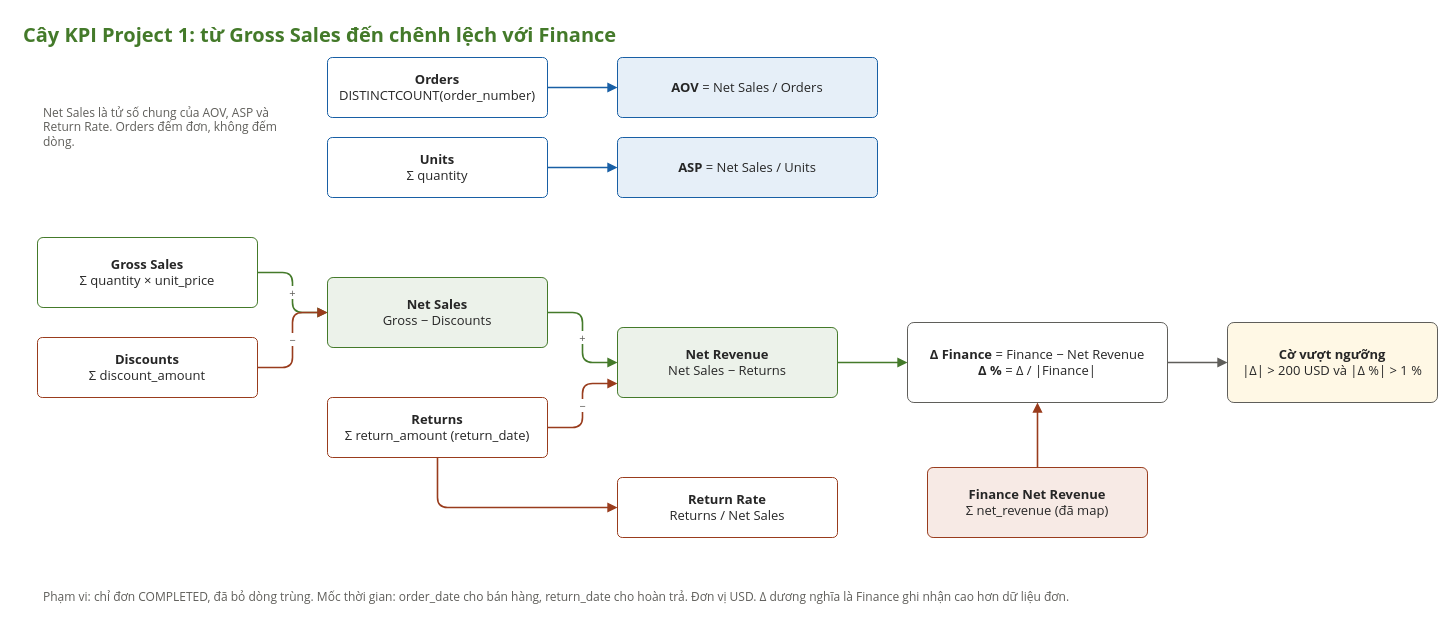
Before: Sales/Sales Data/Project 1/diagrams/04_cay_kpi.drawio in nguyennguyenphuc/eDA-Mentor, a draw.io diagram. Source tidied: cells renumbered, new cells numbered last; positions are measured from the earlier drawing's top-left corner, leaving out a move shared by most shapes. Both pictures are drawn from the tidied source at 100%, with x=0, y=0 at pixel (17, 17).
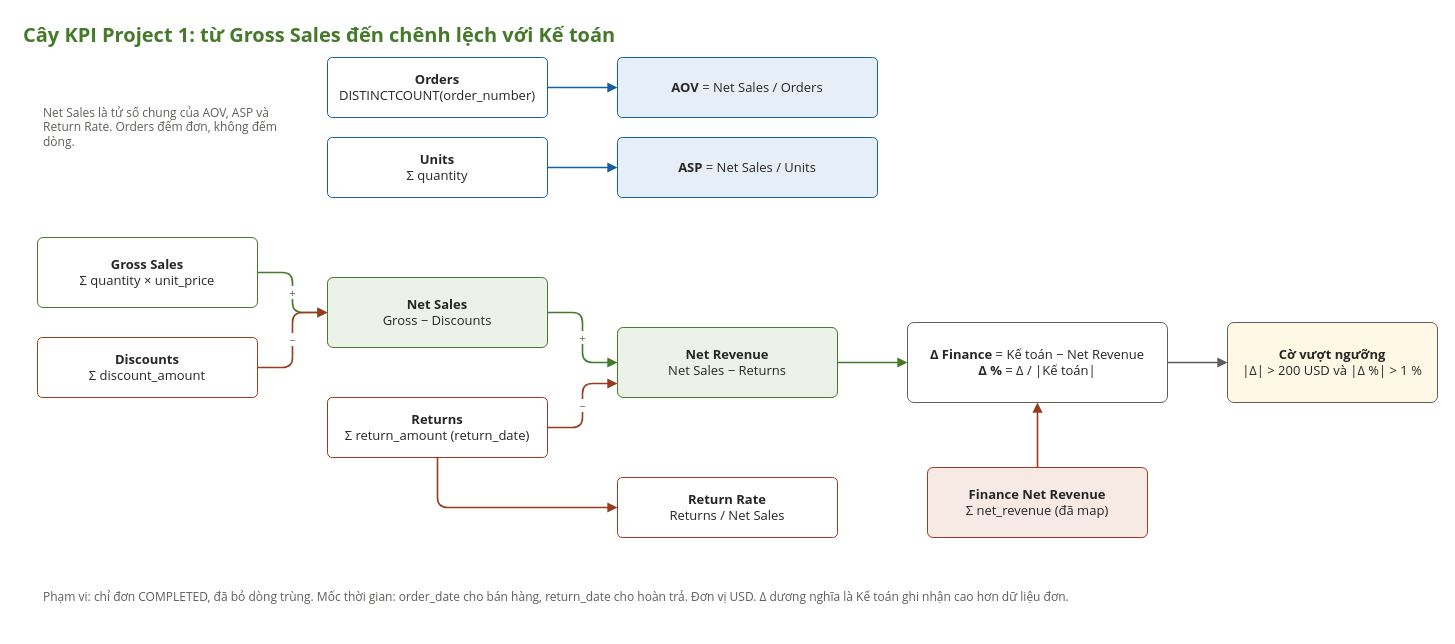
Above is the later version.

What changed in the source:
```diff
@@
-    <mxCell id="2" value="Cây KPI Project 1: từ Gross Sales đến chênh lệch với Finance" style="text;whiteSpace=wrap;html=1;fillColor=none;strokeColor=none;fontColor=#447A2A;fontSize=20;fontFamily=Segoe UI;align=left;verticalAlign=middle;spacing=6;fontStyle=1;" parent="1" vertex="1">
+    <mxCell id="2" value="Cây KPI Project 1: từ Gross Sales đến chênh lệch với Kế toán" style="text;whiteSpace=wrap;html=1;fillColor=none;strokeColor=none;fontColor=#447A2A;fontSize=20;fontFamily=Segoe UI;align=left;verticalAlign=middle;spacing=6;fontStyle=1;" parent="1" vertex="1">
       <mxGeometry width="1300" height="34" as="geometry" />
     </mxCell>
@@
-    <mxCell id="13" value="&lt;b&gt;Δ Finance&lt;/b&gt; = Finance − Net Revenue&lt;br&gt;&lt;b&gt;Δ %&lt;/b&gt; = Δ / |Finance|" style="rounded=1;arcSize=8;whiteSpace=wrap;html=1;fillColor=#FFFFFF;strokeColor=#5F5E5A;fontColor=#262626;fontSize=13;fontFamily=Segoe UI;align=center;verticalAlign=middle;spacing=6;" parent="1" vertex="1">
+    <mxCell id="13" value="&lt;b&gt;Δ Finance&lt;/b&gt; = Kế toán − Net Revenue&lt;br&gt;&lt;b&gt;Δ %&lt;/b&gt; = Δ / |Kế toán|" style="rounded=1;arcSize=8;whiteSpace=wrap;html=1;fillColor=#FFFFFF;strokeColor=#5F5E5A;fontColor=#262626;fontSize=13;fontFamily=Segoe UI;align=center;verticalAlign=middle;spacing=6;" parent="1" vertex="1">
       <mxGeometry x="890" y="305" width="260" height="80" as="geometry" />
     </mxCell>
@@
-    <mxCell id="27" value="Phạm vi: chỉ đơn COMPLETED, đã bỏ dòng trùng. Mốc thời gian: order_date cho bán hàng, return_date cho hoàn trả. Đơn vị USD. Δ dương nghĩa là Finance ghi nhận cao hơn dữ liệu đơn." style="text;whiteSpace=wrap;html=1;fillColor=none;strokeColor=none;fontColor=#5F5E5A;fontSize=12;fontFamily=Segoe UI;align=left;verticalAlign=middle;spacing=6;" parent="1" vertex="1">
+    <mxCell id="27" value="Phạm vi: chỉ đơn COMPLETED, đã bỏ dòng trùng. Mốc thời gian: order_date cho bán hàng, return_date cho hoàn trả. Đơn vị USD. Δ dương nghĩa là Kế toán ghi nhận cao hơn dữ liệu đơn." style="text;whiteSpace=wrap;html=1;fillColor=none;strokeColor=none;fontColor=#5F5E5A;fontSize=12;fontFamily=Segoe UI;align=left;verticalAlign=middle;spacing=6;" parent="1" vertex="1">
       <mxGeometry x="20" y="550" width="1300" height="60" as="geometry" />
     </mxCell>
```
